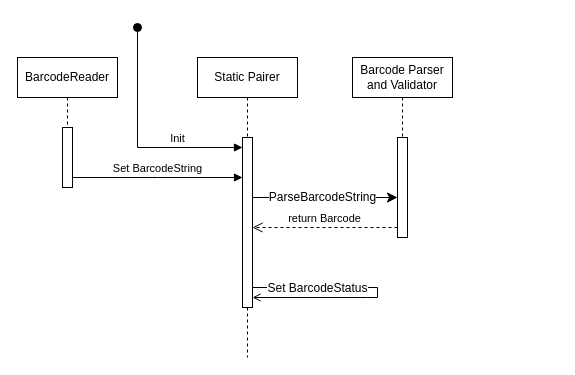
Above: PairingAndUploading-Sequence.drawio in manuel-harsch/draw.io-storage (draw.io), before the change. Source tidied: cells renumbered, new cells numbered last; positions are measured from the earlier drawing's top-left corner, leaving out a move shared by most shapes. Both pictures are drawn from the tidied source at 100%, with x=0, y=0 at pixel (17, 27).
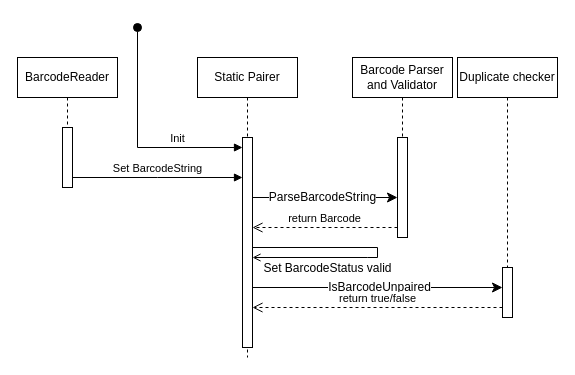
After the change.

The change refers to these unchanged cells:
```xml
<mxCell id="4" value="Static Pairer" style="shape=umlLifeline;perimeter=lifelinePerimeter;whiteSpace=wrap;html=1;newEdgeStyle={&quot;edgeStyle&quot;:&quot;elbowEdgeStyle&quot;,&quot;elbow&quot;:&quot;vertical&quot;,&quot;curved&quot;:0,&quot;rounded&quot;:0};" parent="1" vertex="1">
  <mxGeometry x="180" y="30" width="100" height="300" as="geometry" />
</mxCell>
<mxCell id="13" style="group;" parent="1" vertex="1">
  <mxGeometry x="235" y="260" width="125" height="10" as="geometry" />
</mxCell>
```

Change to the diagram source:
```diff
@@
     <mxCell id="5" style="html=1;points=[];perimeter=orthogonalPerimeter;outlineConnect=0;targetShapes=umlLifeline;portConstraint=eastwest;newEdgeStyle={&quot;edgeStyle&quot;:&quot;elbowEdgeStyle&quot;,&quot;elbow&quot;:&quot;vertical&quot;,&quot;curved&quot;:0,&quot;rounded&quot;:0};" parent="4" vertex="1">
-      <mxGeometry x="45" y="80" width="10" height="170" as="geometry" />
+      <mxGeometry x="45" y="80" width="10" height="210" as="geometry" />
     </mxCell>
@@
-    <mxCell id="7" value="Init" style="html=1;verticalAlign=bottom;startArrow=oval;endArrow=block;startSize=8;edgeStyle=elbowEdgeStyle;elbow=vertical;curved=0;rounded=0;" parent="1" edge="1" target="5">
+    <mxCell id="7" value="Init" style="html=1;verticalAlign=bottom;startArrow=oval;endArrow=block;startSize=8;edgeStyle=elbowEdgeStyle;elbow=vertical;curved=0;rounded=0;" parent="1" edge="1">
       <mxGeometry x="0.42" relative="1" as="geometry">
         <mxPoint x="120" as="sourcePoint" />
+        <mxPoint x="225" y="120" as="targetPoint" />
         <Array as="points">
           <mxPoint x="180" y="120" />
         </Array>
       </mxGeometry>
     </mxCell>
@@
+    <mxCell id="18" style="group;" parent="13" vertex="1">
+      <mxGeometry width="125" height="10" as="geometry" />
+    </mxCell>
+    <mxCell id="19" style="group;" parent="18" vertex="1">
+      <mxGeometry y="-40" width="125" height="10" as="geometry" />
+    </mxCell>
-    <mxCell id="14" style="html=1;verticalAlign=bottom;endArrow=open;dashed=0;edgeStyle=elbowEdgeStyle;elbow=vertical;curved=0;rounded=0;" parent="13" edge="1">
+    <mxCell id="14" style="html=1;verticalAlign=bottom;endArrow=open;dashed=0;edgeStyle=elbowEdgeStyle;elbow=vertical;curved=0;rounded=0;" parent="19" edge="1">
       <mxGeometry relative="1" as="geometry">
         <mxPoint x="125" y="10" as="sourcePoint" />
         <mxPoint y="10" as="targetPoint" />
         <Array as="points">
           <mxPoint x="114.8" y="10" />
         </Array>
       </mxGeometry>
     </mxCell>
-    <mxCell id="15" style="endArrow=none;html=1;rounded=0;fontSize=12;startSize=8;endSize=8;" parent="13" edge="1">
+    <mxCell id="15" style="endArrow=none;html=1;rounded=0;fontSize=12;startSize=8;endSize=8;" parent="19" edge="1">
       <mxGeometry relative="1" as="geometry">
         <mxPoint as="sourcePoint" />
         <mxPoint x="125" as="targetPoint" />
       </mxGeometry>
     </mxCell>
-    <mxCell id="16" value="Set BarcodeStatus" style="edgeLabel;html=1;align=center;verticalAlign=middle;fontSize=12;" parent="15" vertex="1">
+    <mxCell id="16" value="Set BarcodeStatus valid" style="edgeLabel;html=1;align=center;verticalAlign=middle;fontSize=12;" parent="15" vertex="1">
       <mxGeometry x="0.34" y="-4" relative="1" as="geometry">
-        <mxPoint x="-20" y="-4" as="offset" />
+        <mxPoint x="-10" y="16" as="offset" />
       </mxGeometry>
     </mxCell>
-    <mxCell id="17" style="endArrow=none;html=1;rounded=0;fontSize=12;startSize=8;endSize=8;" parent="13" edge="1">
+    <mxCell id="17" style="endArrow=none;html=1;rounded=0;fontSize=12;startSize=8;endSize=8;" parent="19" edge="1">
       <mxGeometry relative="1" as="geometry">
         <mxPoint x="125" y="10" as="sourcePoint" />
         <mxPoint x="125" as="targetPoint" />
       </mxGeometry>
     </mxCell>
+    <mxCell id="20" value="Duplicate checker" style="shape=umlLifeline;perimeter=lifelinePerimeter;whiteSpace=wrap;html=1;newEdgeStyle={&quot;edgeStyle&quot;:&quot;elbowEdgeStyle&quot;,&quot;elbow&quot;:&quot;vertical&quot;,&quot;curved&quot;:0,&quot;rounded&quot;:0};" parent="1" vertex="1">
+      <mxGeometry x="440" y="30" width="100" height="260" as="geometry" />
+    </mxCell>
+    <mxCell id="21" style="html=1;points=[];perimeter=orthogonalPerimeter;outlineConnect=0;targetShapes=umlLifeline;portConstraint=eastwest;newEdgeStyle={&quot;edgeStyle&quot;:&quot;elbowEdgeStyle&quot;,&quot;elbow&quot;:&quot;vertical&quot;,&quot;curved&quot;:0,&quot;rounded&quot;:0};" parent="20" vertex="1">
+      <mxGeometry x="45" y="210" width="10" height="50" as="geometry" />
+    </mxCell>
+    <mxCell id="22" style="edgeStyle=elbowEdgeStyle;curved=0;rounded=0;jettySize=auto;html=1;elbow=vertical;fontSize=12;startSize=8;endSize=8;" parent="1" edge="1" target="21">
+      <mxGeometry relative="1" as="geometry">
+        <mxPoint x="235" y="260" as="sourcePoint" />
+      </mxGeometry>
+    </mxCell>
+    <mxCell id="23" value="IsBarcodeUnpaired" style="edgeLabel;html=1;align=center;verticalAlign=middle;fontSize=12;" parent="22" vertex="1">
+      <mxGeometry x="0.09" y="1" relative="1" as="geometry">
+        <mxPoint x="-10" as="offset" />
+      </mxGeometry>
+    </mxCell>
+    <mxCell id="24" value="return true/false" style="html=1;verticalAlign=bottom;endArrow=open;dashed=1;endSize=8;edgeStyle=elbowEdgeStyle;elbow=vertical;curved=0;rounded=0;" parent="1" edge="1" source="21" target="5">
+      <mxGeometry relative="1" as="geometry">
+        <Array as="points">
+          <mxPoint x="330" y="280" />
+        </Array>
+      </mxGeometry>
+    </mxCell>
```
